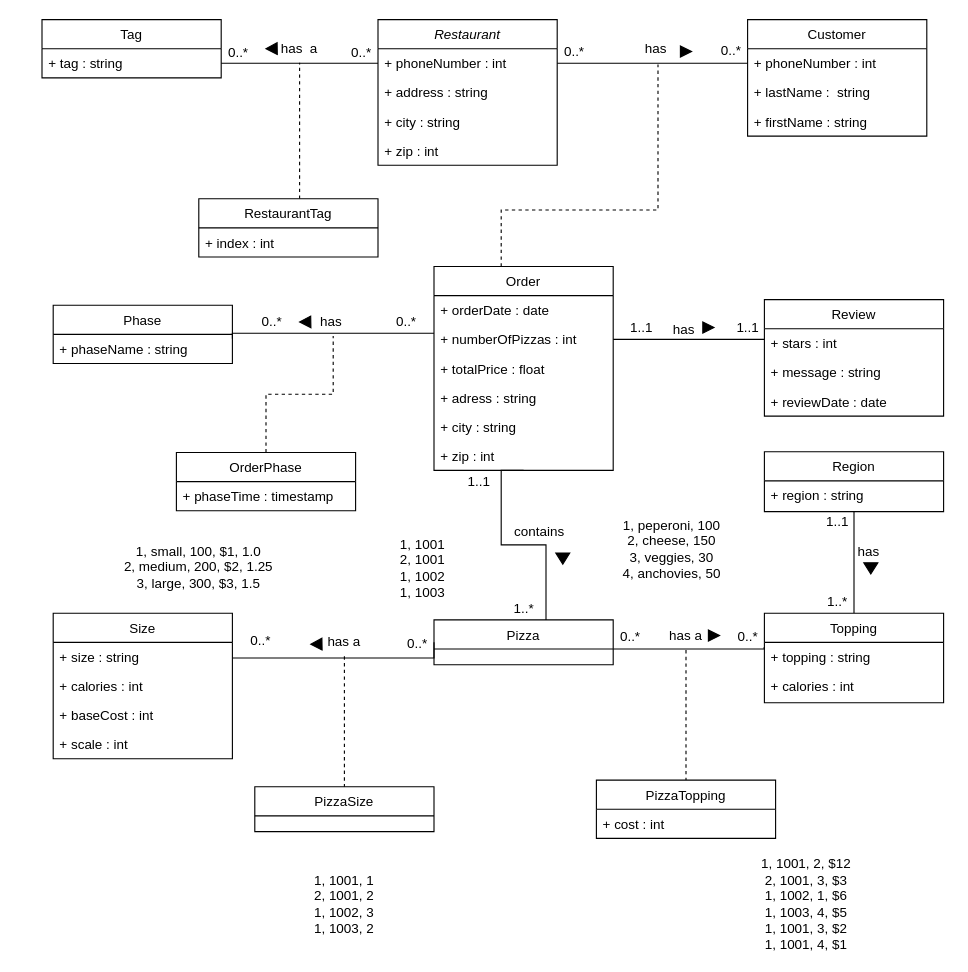
Earlier version of the draw.io diagram Project2_CECS_323.drawio (JosephRice22/CECS323). Source tidied: cells renumbered, new cells numbered last; positions are measured from the earlier drawing's top-left corner, leaving out a move shared by most shapes. Both pictures are drawn from the tidied source at 112%, with x=0, y=0 at pixel (41, 19).
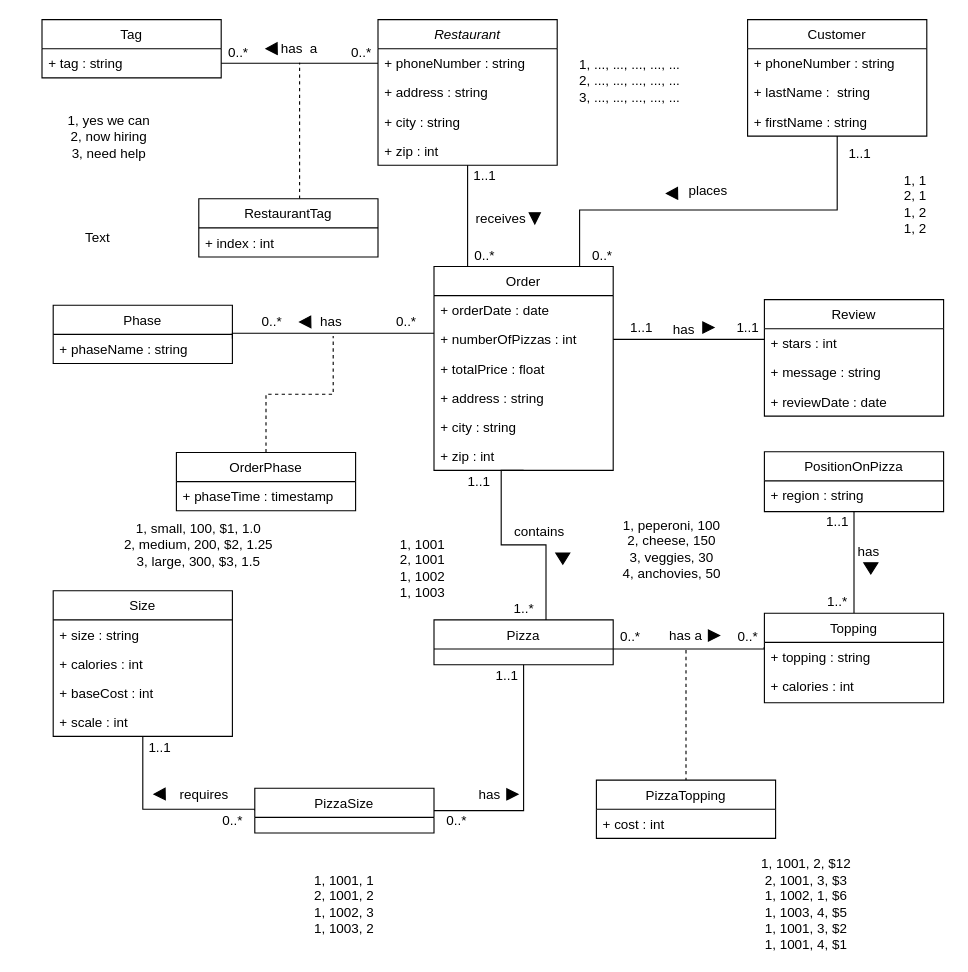
Above is the later version.

Unchanged cells that the change refers to:
```xml
<mxCell id="2" value="Restaurant" style="swimlane;fontStyle=2;align=center;verticalAlign=top;horizontal=1;startSize=26;rounded=0;shadow=0;strokeWidth=1;" parent="1" vertex="1">
  <mxGeometry x="300" width="160" height="130" as="geometry" />
</mxCell>
<mxCell id="12" value="Customer" style="swimlane;fontStyle=0;align=center;verticalAlign=top;horizontal=1;startSize=26;rounded=0;shadow=0;strokeWidth=1;" parent="1" vertex="1">
  <mxGeometry x="630" width="160" height="104" as="geometry" />
</mxCell>
<mxCell id="26" value="Order" style="swimlane;fontStyle=0;align=center;verticalAlign=top;horizontal=1;startSize=26;rounded=0;shadow=0;strokeWidth=1;" parent="1" vertex="1">
  <mxGeometry x="350" y="220.5" width="160" height="182" as="geometry" />
</mxCell>
<mxCell id="49" value="Pizza" style="swimlane;fontStyle=0;align=center;verticalAlign=top;horizontal=1;startSize=26;rounded=0;shadow=0;strokeWidth=1;" parent="1" vertex="1">
  <mxGeometry x="350" y="536" width="160" height="40" as="geometry" />
</mxCell>
```

Change to the diagram source:
```diff
@@
+    <mxCell id="96" style="edgeStyle=orthogonalEdgeStyle;rounded=0;jettySize=auto;html=0;entryX=0.25;entryY=0;entryDx=0;entryDy=0;fontColor=#000000;endArrow=none;endFill=0;" parent="1" edge="1" source="2" target="26">
+      <mxGeometry relative="1" as="geometry">
+        <Array as="points">
+          <mxPoint x="380" y="220" />
+        </Array>
+      </mxGeometry>
+    </mxCell>
@@
-    <mxCell id="3" value="+ phoneNumber : int" style="text;align=left;verticalAlign=top;spacingLeft=4;spacingRight=4;overflow=hidden;points=[[0,0.5],[1,0.5]];portConstraint=eastwest;rounded=0;shadow=0;html=0;" parent="2" vertex="1">
+    <mxCell id="3" value="+ phoneNumber : string" style="text;align=left;verticalAlign=top;spacingLeft=4;spacingRight=4;overflow=hidden;points=[[0,0.5],[1,0.5]];portConstraint=eastwest;rounded=0;shadow=0;html=0;" parent="2" vertex="1">
       <mxGeometry y="26" width="160" height="26" as="geometry" />
     </mxCell>
@@
+    <mxCell id="97" style="edgeStyle=orthogonalEdgeStyle;rounded=0;jettySize=auto;html=0;entryX=0.856;entryY=0;entryDx=0;entryDy=0;entryPerimeter=0;fontColor=#000000;endArrow=none;endFill=0;" parent="1" edge="1" source="12" target="26">
+      <mxGeometry relative="1" as="geometry">
+        <Array as="points">
+          <mxPoint x="710" y="170" />
+          <mxPoint x="480" y="170" />
+          <mxPoint x="480" y="220" />
+        </Array>
+      </mxGeometry>
+    </mxCell>
@@
-    <mxCell id="13" value="+ phoneNumber : int" style="text;align=left;verticalAlign=top;spacingLeft=4;spacingRight=4;overflow=hidden;points=[[0,0.5],[1,0.5]];portConstraint=eastwest;rounded=0;shadow=0;html=0;" parent="12" vertex="1">
+    <mxCell id="13" value="+ phoneNumber : string" style="text;align=left;verticalAlign=top;spacingLeft=4;spacingRight=4;overflow=hidden;points=[[0,0.5],[1,0.5]];portConstraint=eastwest;rounded=0;shadow=0;html=0;" parent="12" vertex="1">
       <mxGeometry y="26" width="160" height="26" as="geometry" />
     </mxCell>
@@
-    <mxCell id="23" style="edgeStyle=orthogonalEdgeStyle;rounded=0;jettySize=auto;html=0;entryX=0;entryY=0.5;entryDx=0;entryDy=0;fontColor=#000000;endArrow=none;endFill=0;" parent="1" edge="1" source="3" target="13">
-      <mxGeometry relative="1" as="geometry" />
-    </mxCell>
-    <mxCell id="24" style="edgeStyle=orthogonalEdgeStyle;rounded=0;jettySize=auto;html=0;fontColor=#000000;endArrow=none;endFill=0;dashed=1;" parent="1" edge="1" source="26">
-      <mxGeometry relative="1" as="geometry">
-        <mxPoint x="550" y="40" as="targetPoint" />
-        <Array as="points">
-          <mxPoint x="410" y="170" />
-          <mxPoint x="550" y="170" />
-        </Array>
-      </mxGeometry>
-    </mxCell>
@@
-    <mxCell id="30" value="+ adress : string&#10;" style="text;align=left;verticalAlign=top;spacingLeft=4;spacingRight=4;overflow=hidden;" parent="26" vertex="1">
+    <mxCell id="30" value="+ address : string&#10;" style="text;align=left;verticalAlign=top;spacingLeft=4;spacingRight=4;overflow=hidden;" parent="26" vertex="1">
       <mxGeometry y="104" width="160" height="26" as="geometry" />
     </mxCell>
@@
-    <mxCell id="33" value="has&amp;nbsp;" style="text;html=1;strokeColor=none;fillColor=none;align=center;verticalAlign=middle;whiteSpace=wrap;rounded=0;" parent="1" vertex="1">
-      <mxGeometry x="520" y="13.5" width="60" height="25" as="geometry" />
+    <mxCell id="33" value="places" style="text;html=1;strokeColor=none;fillColor=none;align=center;verticalAlign=middle;whiteSpace=wrap;rounded=0;" parent="1" vertex="1">
+      <mxGeometry x="565" y="140" width="60" height="25" as="geometry" />
     </mxCell>
     <mxCell id="34" value="0..*" style="text;html=1;align=center;verticalAlign=middle;strokeColor=none;fillColor=none;rotation=0;" parent="1" vertex="1">
-      <mxGeometry x="460" y="18.5" width="30" height="20" as="geometry" />
+      <mxGeometry x="380" y="200.5" width="30" height="20" as="geometry" />
     </mxCell>
     <mxCell id="35" value="0..*" style="text;html=1;align=center;verticalAlign=middle;strokeColor=none;fillColor=none;rotation=0;" parent="1" vertex="1">
-      <mxGeometry x="600" y="17.5" width="30" height="20" as="geometry" />
+      <mxGeometry x="485" y="200.5" width="30" height="20" as="geometry" />
     </mxCell>
-    <mxCell id="36" style="triangle;whiteSpace=wrap;html=1;fontColor=#000000;fillColor=#000000;align=left;" parent="1" vertex="1">
-      <mxGeometry x="570" y="23.5" width="10" height="10" as="geometry" />
-    </mxCell>
@@
+    <mxCell id="98" style="edgeStyle=orthogonalEdgeStyle;rounded=0;jettySize=auto;html=0;entryX=1;entryY=0.5;entryDx=0;entryDy=0;fontColor=#000000;endArrow=none;endFill=0;" parent="1" edge="1" source="49" target="67">
+      <mxGeometry relative="1" as="geometry" />
+    </mxCell>
@@
-    <mxCell id="54" style="edgeStyle=orthogonalEdgeStyle;rounded=0;jettySize=auto;html=0;fontColor=#000000;endArrow=none;endFill=0;" parent="1" edge="1" source="55">
-      <mxGeometry relative="1" as="geometry">
-        <mxPoint x="350" y="556" as="targetPoint" />
-        <Array as="points">
-          <mxPoint x="350" y="570" />
-        </Array>
-      </mxGeometry>
-    </mxCell>
+    <mxCell id="99" style="edgeStyle=orthogonalEdgeStyle;rounded=0;jettySize=auto;html=0;entryX=0;entryY=0.5;entryDx=0;entryDy=0;fontColor=#000000;endArrow=none;endFill=0;" parent="1" edge="1" source="55" target="67">
+      <mxGeometry relative="1" as="geometry">
+        <Array as="points">
+          <mxPoint x="90" y="705" />
+        </Array>
+      </mxGeometry>
+    </mxCell>
     <mxCell id="55" value="Size" style="swimlane;fontStyle=0;align=center;verticalAlign=top;horizontal=1;startSize=26;rounded=0;shadow=0;strokeWidth=1;" parent="1" vertex="1">
-      <mxGeometry x="10" y="530" width="160" height="130" as="geometry" />
+      <mxGeometry x="10" y="510" width="160" height="130" as="geometry" />
     </mxCell>
@@
     <mxCell id="64" style="triangle;whiteSpace=wrap;html=1;fontColor=#000000;fillColor=#000000;align=left;rotation=-181;" parent="1" vertex="1">
-      <mxGeometry x="240" y="552.5" width="10" height="10.4" as="geometry" />
+      <mxGeometry x="100" y="686.3" width="10" height="10.4" as="geometry" />
     </mxCell>
@@
     <mxCell id="67" value="PizzaSize" style="swimlane;fontStyle=0;align=center;verticalAlign=top;horizontal=1;startSize=26;rounded=0;shadow=0;strokeWidth=1;" parent="1" vertex="1">
-      <mxGeometry x="190" y="685" width="160" height="40" as="geometry" />
+      <mxGeometry x="190" y="686.3" width="160" height="40" as="geometry" />
     </mxCell>
@@
     <mxCell id="73" value="1, small, 100, $1, 1.0&lt;br&gt;2, medium, 200, $2, 1.25&lt;br&gt;3, large, 300, $3, 1.5" style="text;html=1;strokeColor=none;fillColor=none;align=center;verticalAlign=middle;whiteSpace=wrap;rounded=0;fontColor=#000000;" parent="1" vertex="1">
-      <mxGeometry x="60" y="473.5" width="160" height="30" as="geometry" />
+      <mxGeometry x="60" y="453.8" width="160" height="30" as="geometry" />
     </mxCell>
@@
-    <mxCell id="79" style="edgeStyle=orthogonalEdgeStyle;rounded=0;jettySize=auto;html=0;entryX=0.5;entryY=0;entryDx=0;entryDy=0;dashed=1;fontColor=#000000;endArrow=none;endFill=0;" parent="1" edge="1" source="80" target="67">
-      <mxGeometry relative="1" as="geometry" />
-    </mxCell>
-    <mxCell id="80" value="has a" style="text;html=1;strokeColor=none;fillColor=none;align=center;verticalAlign=middle;whiteSpace=wrap;rounded=0;" parent="1" vertex="1">
-      <mxGeometry x="240" y="543.5" width="60" height="25" as="geometry" />
+    <mxCell id="80" value="requires" style="text;html=1;strokeColor=none;fillColor=none;align=center;verticalAlign=middle;whiteSpace=wrap;rounded=0;" parent="1" vertex="1">
+      <mxGeometry x="115" y="679" width="60" height="25" as="geometry" />
     </mxCell>
@@
-    <mxCell id="86" value="0..*" style="text;html=1;align=center;verticalAlign=middle;strokeColor=none;fillColor=none;rotation=0;" parent="1" vertex="1">
-      <mxGeometry x="180" y="545" width="30" height="20" as="geometry" />
+    <mxCell id="86" value="1..1" style="text;html=1;align=center;verticalAlign=middle;strokeColor=none;fillColor=none;rotation=0;" parent="1" vertex="1">
+      <mxGeometry x="85" y="640" width="40" height="20" as="geometry" />
     </mxCell>
-    <mxCell id="87" value="0..*" style="text;html=1;align=center;verticalAlign=middle;strokeColor=none;fillColor=none;rotation=0;" parent="1" vertex="1">
-      <mxGeometry x="320" y="547.7" width="30" height="20" as="geometry" />
+    <mxCell id="87" value="1..1" style="text;html=1;align=center;verticalAlign=middle;strokeColor=none;fillColor=none;rotation=0;" parent="1" vertex="1">
+      <mxGeometry x="395" y="576" width="40" height="20" as="geometry" />
     </mxCell>
@@
-    <mxCell id="90" value="Region" style="swimlane;fontStyle=0;align=center;verticalAlign=top;horizontal=1;startSize=26;rounded=0;shadow=0;strokeWidth=1;" parent="1" vertex="1">
+    <mxCell id="90" value="PositionOnPizza" style="swimlane;fontStyle=0;align=center;verticalAlign=top;horizontal=1;startSize=26;rounded=0;shadow=0;strokeWidth=1;" parent="1" vertex="1">
       <mxGeometry x="645" y="385.8" width="160" height="53.5" as="geometry" />
     </mxCell>
@@
+    <mxCell id="100" value="1, 1&lt;br&gt;2, 1&lt;br&gt;1, 2&lt;br&gt;1, 2" style="text;html=1;strokeColor=none;fillColor=none;align=center;verticalAlign=middle;whiteSpace=wrap;rounded=0;fontColor=#000000;" parent="1" vertex="1">
+      <mxGeometry x="750" y="150" width="60" height="30" as="geometry" />
+    </mxCell>
+    <mxCell id="101" value="has" style="text;html=1;strokeColor=none;fillColor=none;align=center;verticalAlign=middle;whiteSpace=wrap;rounded=0;" parent="1" vertex="1">
+      <mxGeometry x="370" y="679" width="60" height="25" as="geometry" />
+    </mxCell>
+    <mxCell id="102" style="triangle;whiteSpace=wrap;html=1;fontColor=#000000;fillColor=#000000;align=left;" parent="1" vertex="1">
+      <mxGeometry x="415" y="686.7" width="10" height="10" as="geometry" />
+    </mxCell>
+    <mxCell id="103" value="0..*" style="text;html=1;align=center;verticalAlign=middle;strokeColor=none;fillColor=none;rotation=0;" parent="1" vertex="1">
+      <mxGeometry x="155" y="706.3" width="30" height="20" as="geometry" />
+    </mxCell>
+    <mxCell id="104" value="0..*" style="text;html=1;align=center;verticalAlign=middle;strokeColor=none;fillColor=none;rotation=0;" parent="1" vertex="1">
+      <mxGeometry x="355" y="706.3" width="30" height="20" as="geometry" />
+    </mxCell>
+    <mxCell id="105" value="1..1" style="text;html=1;align=center;verticalAlign=middle;strokeColor=none;fillColor=none;rotation=0;" parent="1" vertex="1">
+      <mxGeometry x="375" y="130" width="40" height="20" as="geometry" />
+    </mxCell>
+    <mxCell id="106" value="1..1" style="text;html=1;align=center;verticalAlign=middle;strokeColor=none;fillColor=none;rotation=0;" parent="1" vertex="1">
+      <mxGeometry x="710" y="110" width="40" height="20" as="geometry" />
+    </mxCell>
+    <mxCell id="107" style="triangle;whiteSpace=wrap;html=1;fontColor=#000000;fillColor=#000000;align=left;rotation=-181;" parent="1" vertex="1">
+      <mxGeometry x="557.5" y="150" width="10" height="10.4" as="geometry" />
+    </mxCell>
+    <mxCell id="108" value="receives" style="text;html=1;strokeColor=none;fillColor=none;align=center;verticalAlign=middle;whiteSpace=wrap;rounded=0;" parent="1" vertex="1">
+      <mxGeometry x="380" y="165" width="60" height="25" as="geometry" />
+    </mxCell>
+    <mxCell id="109" style="triangle;whiteSpace=wrap;html=1;fontColor=#000000;fillColor=#000000;align=left;rotation=90;" parent="1" vertex="1">
+      <mxGeometry x="435" y="172.5" width="10" height="10" as="geometry" />
+    </mxCell>
+    <mxCell id="110" value="1, yes we can&lt;br&gt;2, now hiring&lt;br&gt;3, need help" style="text;html=1;strokeColor=none;fillColor=none;align=center;verticalAlign=middle;whiteSpace=wrap;rounded=0;fontColor=#000000;" parent="1" vertex="1">
+      <mxGeometry x="-20" y="90" width="160" height="30" as="geometry" />
+    </mxCell>
+    <mxCell id="111" value="1, ..., ..., ..., ..., ...&lt;br&gt;2, ..., ..., ..., ..., ...&lt;br&gt;3, ..., ..., ..., ..., ..." style="text;html=1;strokeColor=none;fillColor=none;align=center;verticalAlign=middle;whiteSpace=wrap;rounded=0;fontColor=#000000;" parent="1" vertex="1">
+      <mxGeometry x="445" y="40" width="160" height="30" as="geometry" />
+    </mxCell>
+    <mxCell id="112" value="Text" style="text;html=1;strokeColor=none;fillColor=none;align=center;verticalAlign=middle;whiteSpace=wrap;rounded=0;fontColor=#000000;" parent="1" vertex="1">
+      <mxGeometry x="20" y="180" width="60" height="30" as="geometry" />
+    </mxCell>
```
